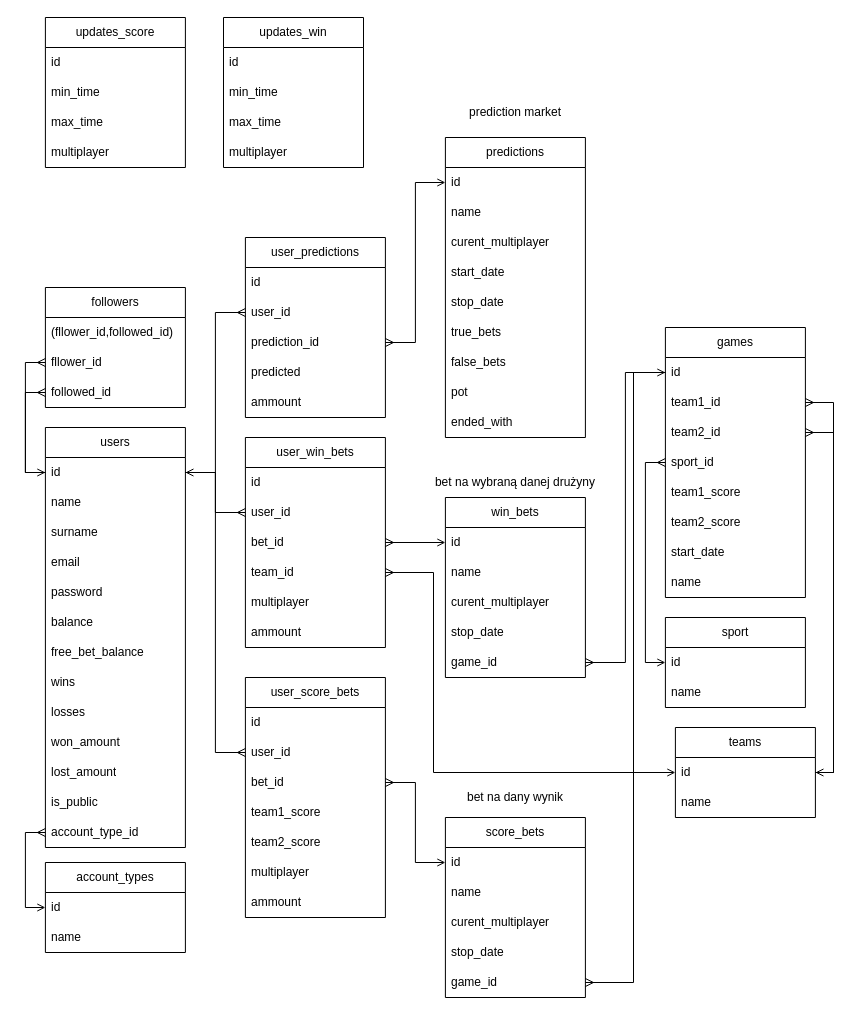
Before: diagramy/db.drawio in Barabol/PewniaczekBetBack, a draw.io diagram. Source tidied: cells renumbered, new cells numbered last; positions are measured from the earlier drawing's top-left corner, leaving out a move shared by most shapes. Both pictures are drawn from the tidied source at 100%, with x=0, y=0 at pixel (45, 17).
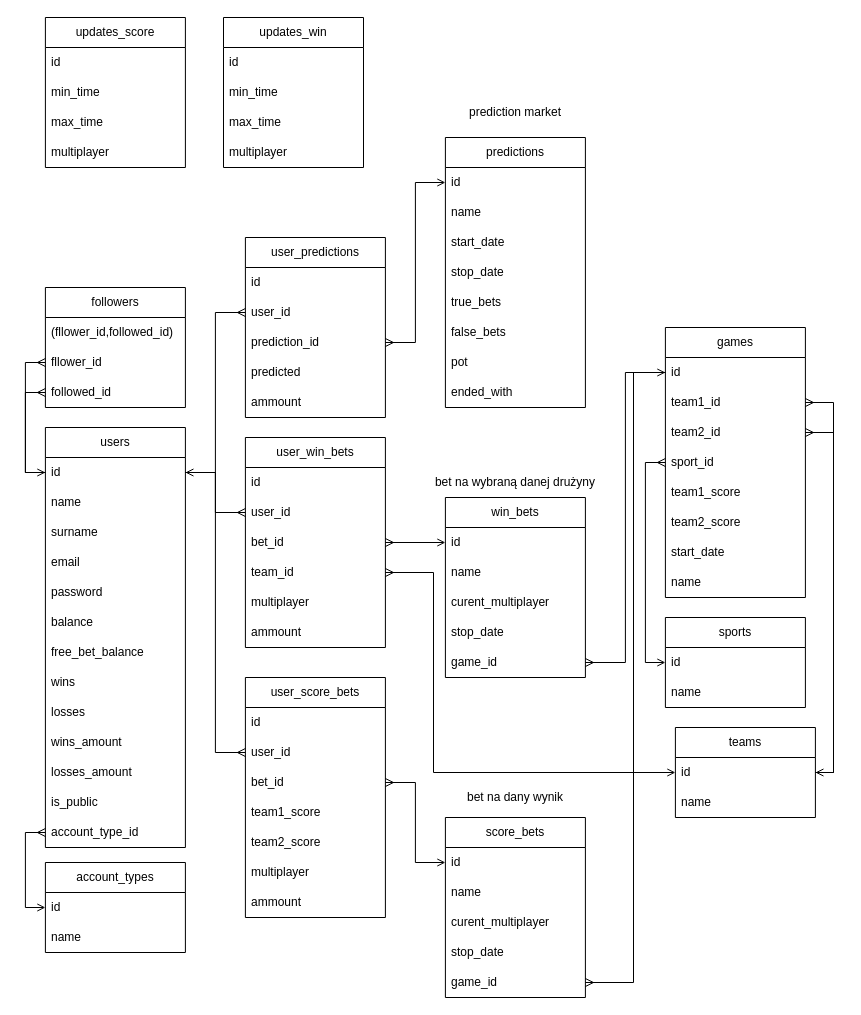
After the change.

The change refers to these unchanged cells:
```xml
<mxCell id="2" value="users" style="swimlane;fontStyle=0;horizontal=1;startSize=30;whiteSpace=wrap;html=1;" parent="1" vertex="1">
  <mxGeometry x="-0.1" y="410" width="140" height="420" as="geometry" />
</mxCell>
```

What changed in the source:
```diff
@@
-    <mxCell id="12" value="won_amount" style="text;strokeColor=none;fillColor=none;align=left;verticalAlign=middle;spacingLeft=4;spacingRight=4;overflow=hidden;whiteSpace=wrap;html=1;" parent="2" vertex="1">
+    <mxCell id="12" value="wins_amount" style="text;strokeColor=none;fillColor=none;align=left;verticalAlign=middle;spacingLeft=4;spacingRight=4;overflow=hidden;whiteSpace=wrap;html=1;" parent="2" vertex="1">
       <mxGeometry y="300" width="140" height="30" as="geometry" />
     </mxCell>
-    <mxCell id="13" value="lost_amount" style="text;strokeColor=none;fillColor=none;align=left;verticalAlign=middle;spacingLeft=4;spacingRight=4;overflow=hidden;whiteSpace=wrap;html=1;" parent="2" vertex="1">
+    <mxCell id="13" value="losses_amount" style="text;strokeColor=none;fillColor=none;align=left;verticalAlign=middle;spacingLeft=4;spacingRight=4;overflow=hidden;whiteSpace=wrap;html=1;" parent="2" vertex="1">
       <mxGeometry y="330" width="140" height="30" as="geometry" />
     </mxCell>
@@
-    <mxCell id="35" value="sport" style="swimlane;fontStyle=0;horizontal=1;startSize=30;whiteSpace=wrap;html=1;" parent="1" vertex="1">
+    <mxCell id="35" value="sports" style="swimlane;fontStyle=0;horizontal=1;startSize=30;whiteSpace=wrap;html=1;" parent="1" vertex="1">
       <mxGeometry x="619.9" y="600" width="140" height="90" as="geometry" />
     </mxCell>
@@
     <mxCell id="64" value="predictions" style="swimlane;fontStyle=0;horizontal=1;startSize=30;whiteSpace=wrap;html=1;" parent="1" vertex="1">
-      <mxGeometry x="399.9" y="120" width="140" height="300" as="geometry" />
+      <mxGeometry x="399.9" y="120" width="140" height="270" as="geometry" />
     </mxCell>
@@
-    <mxCell id="67" value="curent_multiplayer" style="text;strokeColor=none;fillColor=none;align=left;verticalAlign=middle;spacingLeft=4;spacingRight=4;overflow=hidden;whiteSpace=wrap;html=1;" parent="64" vertex="1">
-      <mxGeometry y="90" width="140" height="30" as="geometry" />
-    </mxCell>
     <mxCell id="68" value="start_date" style="text;strokeColor=none;fillColor=none;align=left;verticalAlign=middle;spacingLeft=4;spacingRight=4;overflow=hidden;whiteSpace=wrap;html=1;" parent="64" vertex="1">
-      <mxGeometry y="120" width="140" height="30" as="geometry" />
+      <mxGeometry y="90" width="140" height="30" as="geometry" />
     </mxCell>
     <mxCell id="69" value="stop_date" style="text;strokeColor=none;fillColor=none;align=left;verticalAlign=middle;spacingLeft=4;spacingRight=4;overflow=hidden;whiteSpace=wrap;html=1;" parent="64" vertex="1">
-      <mxGeometry y="150" width="140" height="30" as="geometry" />
+      <mxGeometry y="120" width="140" height="30" as="geometry" />
     </mxCell>
     <mxCell id="70" value="true_bets" style="text;strokeColor=none;fillColor=none;align=left;verticalAlign=middle;spacingLeft=4;spacingRight=4;overflow=hidden;whiteSpace=wrap;html=1;" parent="64" vertex="1">
-      <mxGeometry y="180" width="140" height="30" as="geometry" />
+      <mxGeometry y="150" width="140" height="30" as="geometry" />
     </mxCell>
     <mxCell id="71" value="false_bets" style="text;strokeColor=none;fillColor=none;align=left;verticalAlign=middle;spacingLeft=4;spacingRight=4;overflow=hidden;whiteSpace=wrap;html=1;" parent="64" vertex="1">
-      <mxGeometry y="210" width="140" height="30" as="geometry" />
+      <mxGeometry y="180" width="140" height="30" as="geometry" />
     </mxCell>
     <mxCell id="72" value="pot" style="text;strokeColor=none;fillColor=none;align=left;verticalAlign=middle;spacingLeft=4;spacingRight=4;overflow=hidden;whiteSpace=wrap;html=1;" parent="64" vertex="1">
-      <mxGeometry y="240" width="140" height="30" as="geometry" />
+      <mxGeometry y="210" width="140" height="30" as="geometry" />
     </mxCell>
     <mxCell id="73" value="ended_with" style="text;strokeColor=none;fillColor=none;align=left;verticalAlign=middle;spacingLeft=4;spacingRight=4;overflow=hidden;whiteSpace=wrap;html=1;" parent="64" vertex="1">
-      <mxGeometry y="270" width="140" height="30" as="geometry" />
+      <mxGeometry y="240" width="140" height="30" as="geometry" />
     </mxCell>
```
